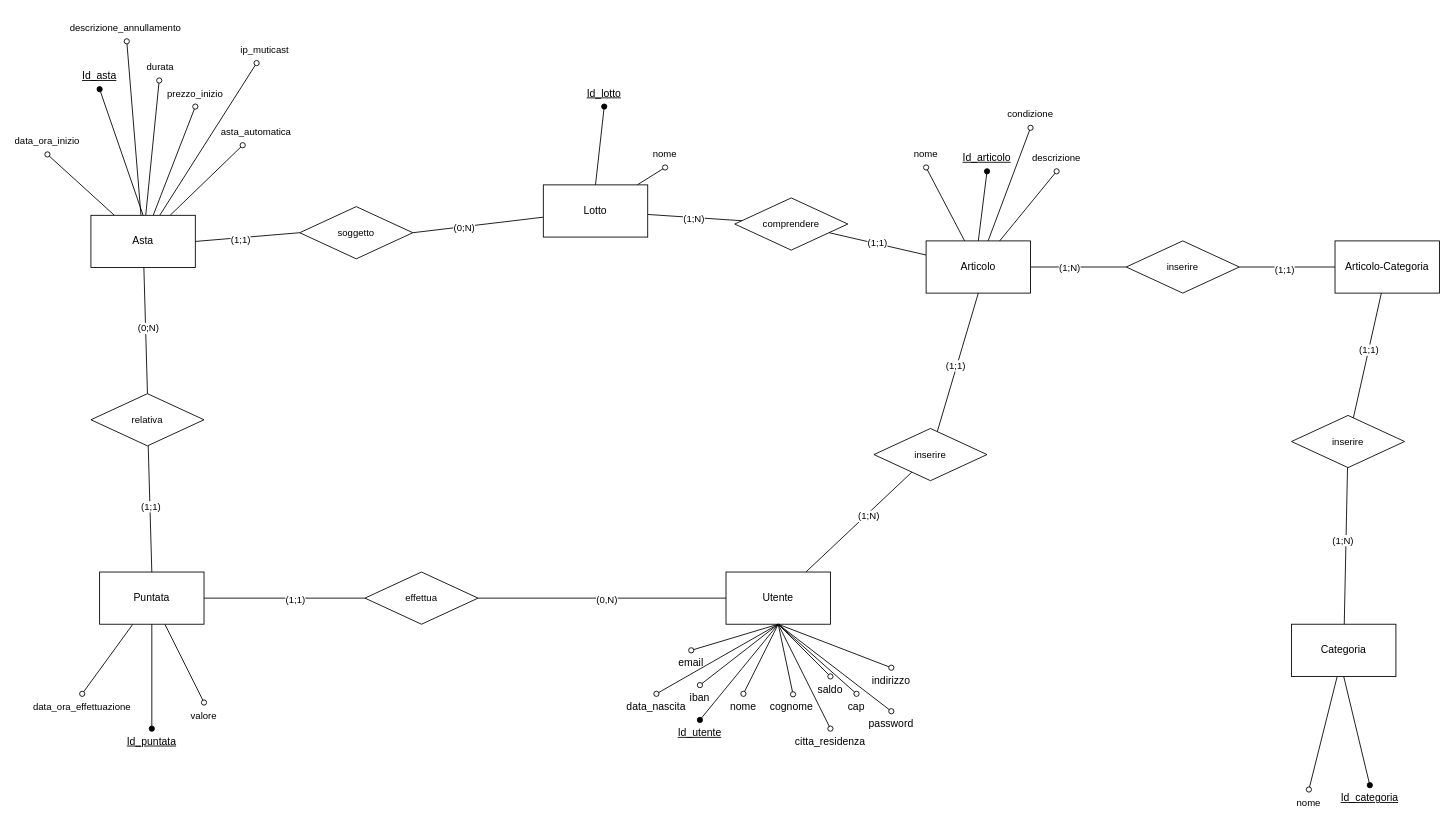
This is documenti/Schema_ER.drawio from Chaos-Rat/GAO, a draw.io file, before an edit. Source tidied: cells renumbered, new cells numbered last; positions are measured from the earlier drawing's top-left corner, leaving out a move shared by most shapes. Both pictures are drawn from the tidied source at 87%, with x=0, y=0 at pixel (21, 15).
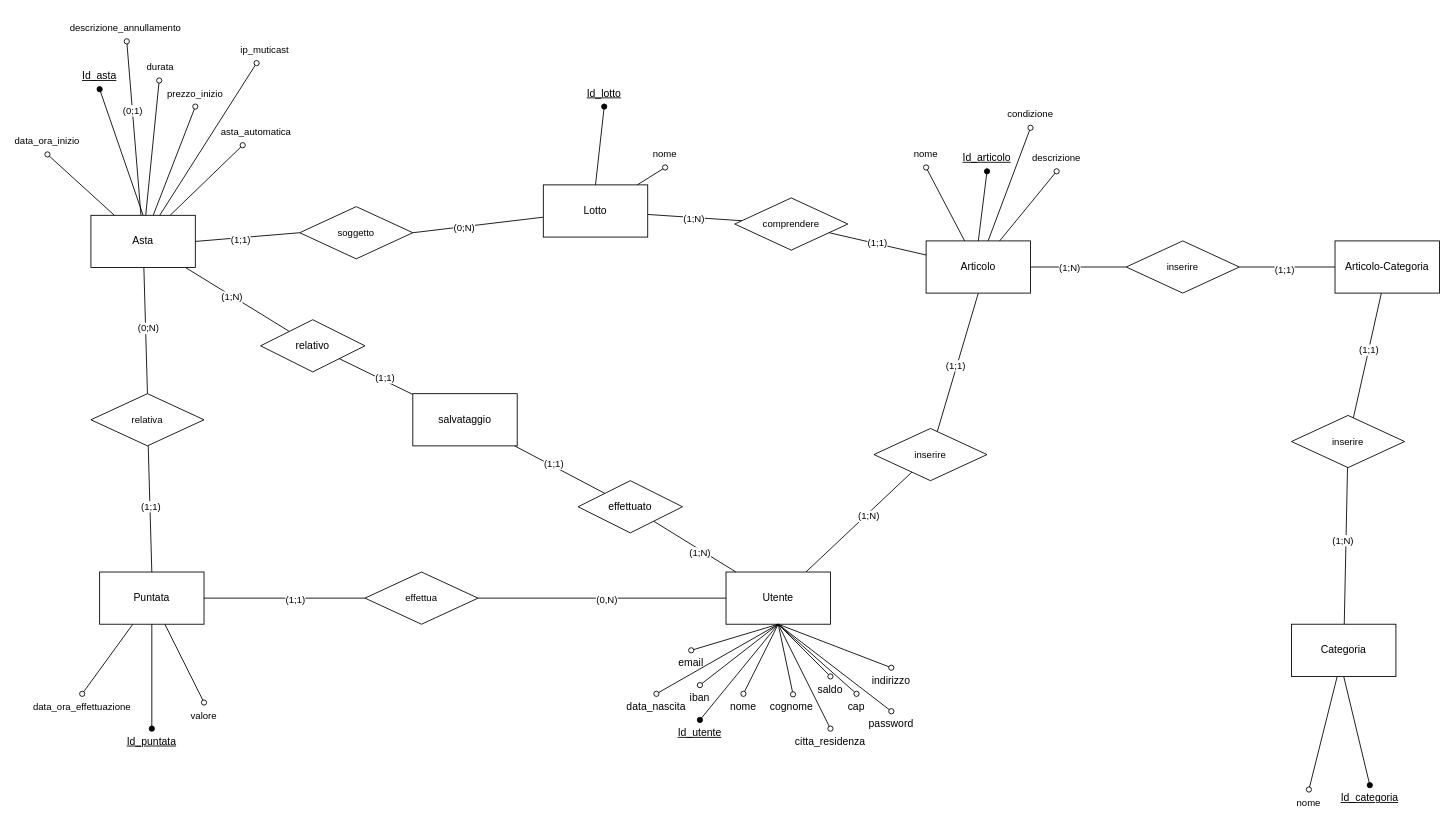
The same diagram, later.

Unchanged cells that the change refers to:
```xml
<mxCell id="5" value="Utente" style="rounded=0;whiteSpace=wrap;html=1;" parent="1" vertex="1">
  <mxGeometry x="810" y="640" width="120" height="60" as="geometry" />
</mxCell>
<mxCell id="32" style="rounded=0;jettySize=auto;html=1;endArrow=oval;endFill=0;" parent="1" edge="1" source="33" target="101">
  <mxGeometry relative="1" as="geometry" />
</mxCell>
<mxCell id="33" value="Asta" style="rounded=0;whiteSpace=wrap;html=1;" parent="1" vertex="1">
  <mxGeometry x="80" y="230" width="120" height="60" as="geometry" />
</mxCell>
```

The edit, as a diff of the source:
```diff
@@
+    <mxCell id="102" value="(0;1)" style="edgeLabel;html=1;align=center;verticalAlign=middle;" parent="32" vertex="1">
+      <mxGeometry x="0.21" relative="1" as="geometry" />
+    </mxCell>
@@
+    <mxCell id="103" style="edgeStyle=none;rounded=0;jettySize=auto;html=1;strokeColor=default;align=center;verticalAlign=middle;fontFamily=Helvetica;fontSize=11;fontColor=default;labelBackgroundColor=default;endArrow=none;endFill=0;" parent="1" edge="1" source="105" target="33">
+      <mxGeometry relative="1" as="geometry" />
+    </mxCell>
+    <mxCell id="104" value="(1;N)" style="edgeLabel;html=1;align=center;verticalAlign=middle;fontFamily=Helvetica;fontSize=11;fontColor=default;labelBackgroundColor=default;" parent="103" vertex="1">
+      <mxGeometry x="0.12" y="1" relative="1" as="geometry" />
+    </mxCell>
+    <mxCell id="105" value="relativo" style="shape=rhombus;perimeter=rhombusPerimeter;whiteSpace=wrap;html=1;align=center;" parent="1" vertex="1">
+      <mxGeometry x="275" y="350" width="120" height="60" as="geometry" />
+    </mxCell>
+    <mxCell id="106" style="rounded=0;jettySize=auto;html=1;endArrow=none;endFill=0;" parent="1" edge="1" source="110" target="105">
+      <mxGeometry relative="1" as="geometry" />
+    </mxCell>
+    <mxCell id="107" value="(1;1)" style="edgeLabel;html=1;align=center;verticalAlign=middle;fontFamily=Helvetica;fontSize=11;fontColor=default;labelBackgroundColor=default;" parent="106" vertex="1">
+      <mxGeometry x="-0.19" y="-3" relative="1" as="geometry" />
+    </mxCell>
+    <mxCell id="108" style="edgeStyle=none;rounded=0;jettySize=auto;html=1;strokeColor=default;align=center;verticalAlign=middle;fontFamily=Helvetica;fontSize=11;fontColor=default;labelBackgroundColor=default;endArrow=none;endFill=0;" parent="1" edge="1" source="110" target="113">
+      <mxGeometry relative="1" as="geometry" />
+    </mxCell>
+    <mxCell id="109" value="(1;1)" style="edgeLabel;html=1;align=center;verticalAlign=middle;fontFamily=Helvetica;fontSize=11;fontColor=default;labelBackgroundColor=default;" parent="108" vertex="1">
+      <mxGeometry x="-0.16" y="3" relative="1" as="geometry" />
+    </mxCell>
+    <mxCell id="110" value="salvataggio" style="rounded=0;whiteSpace=wrap;html=1;" parent="1" vertex="1">
+      <mxGeometry x="450" y="435" width="120" height="60" as="geometry" />
+    </mxCell>
+    <mxCell id="111" style="edgeStyle=none;rounded=0;jettySize=auto;html=1;strokeColor=default;align=center;verticalAlign=middle;fontFamily=Helvetica;fontSize=11;fontColor=default;labelBackgroundColor=default;endArrow=none;endFill=0;" parent="1" edge="1" source="113" target="5">
+      <mxGeometry relative="1" as="geometry" />
+    </mxCell>
+    <mxCell id="112" value="(1;N)" style="edgeLabel;html=1;align=center;verticalAlign=middle;fontFamily=Helvetica;fontSize=11;fontColor=default;labelBackgroundColor=default;" parent="111" vertex="1">
+      <mxGeometry x="0.16" y="-3" relative="1" as="geometry" />
+    </mxCell>
+    <mxCell id="113" value="effettuato" style="shape=rhombus;perimeter=rhombusPerimeter;whiteSpace=wrap;html=1;align=center;" parent="1" vertex="1">
+      <mxGeometry x="640" y="535" width="120" height="60" as="geometry" />
+    </mxCell>
```
